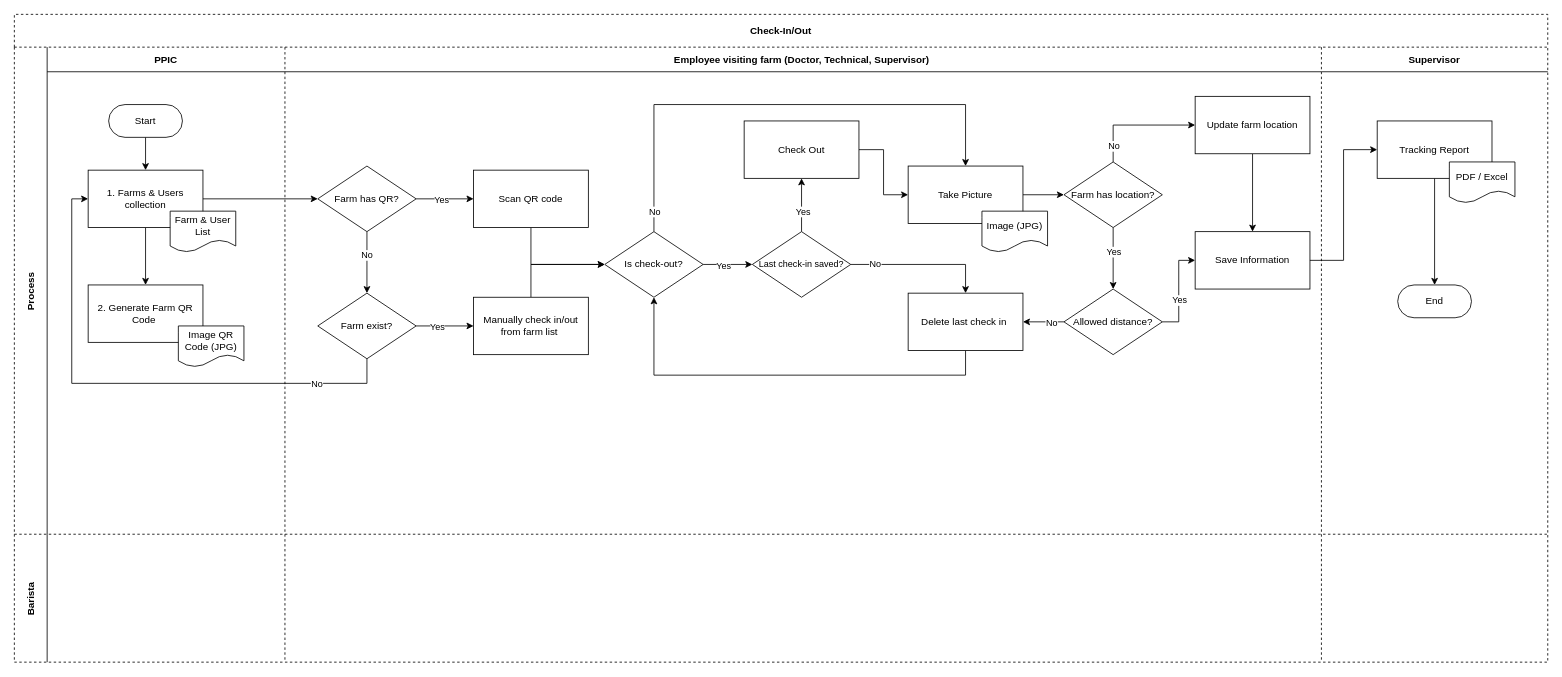
The draw.io diagram swinegps.drawio in kieunam123/expo-project, before the edit. Source tidied: cells renumbered, new cells numbered last; positions are measured from the earlier drawing's top-left corner, leaving out a move shared by most shapes. Both pictures are drawn from the tidied source at 82%, with x=0, y=0 at pixel (14, 14).
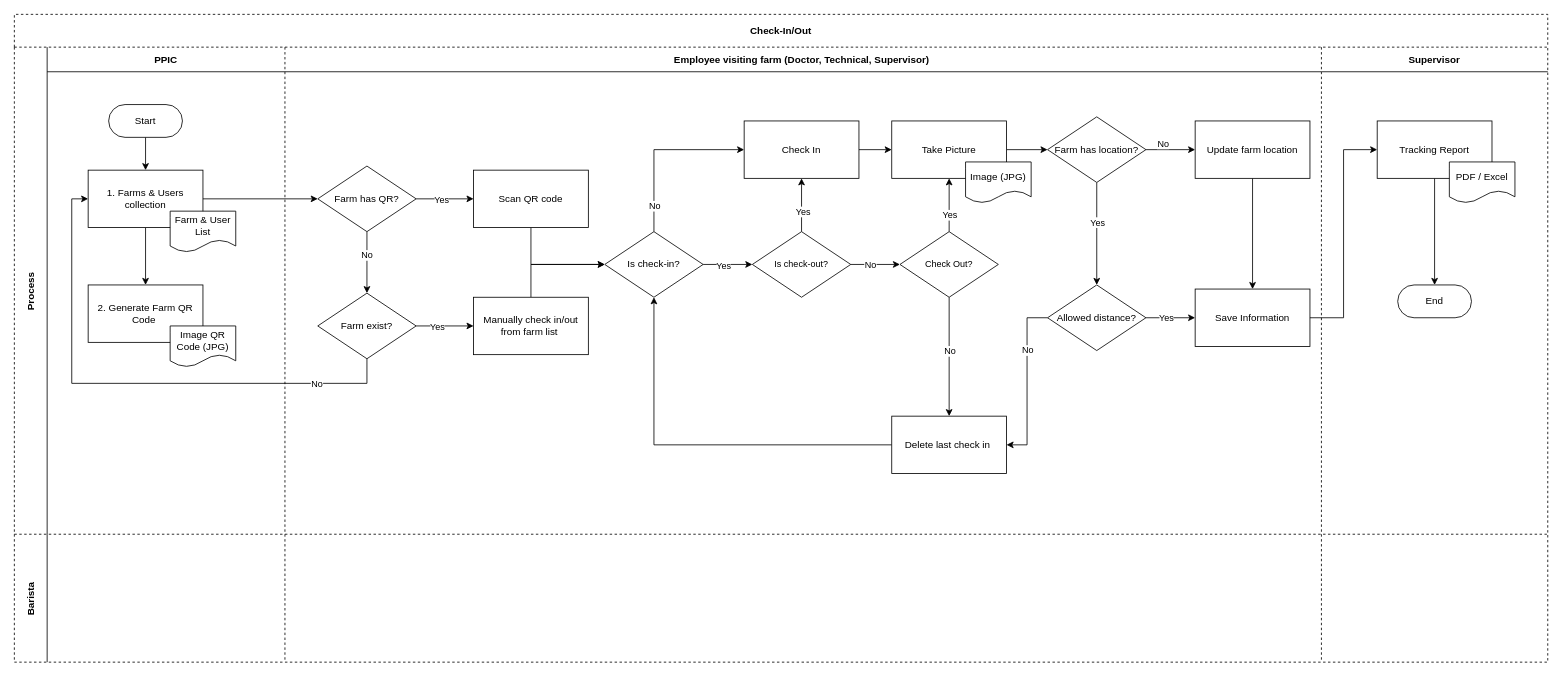
The same page after the edit.

The change refers to these unchanged cells:
```xml
<mxCell id="4" value="PPIC" style="swimlane;swimlaneHead=0;swimlaneBody=0;fillColor=none;startSize=30;fontStyle=1;swimlaneLine=1;" parent="3" vertex="1">
  <mxGeometry x="40" width="290" height="594" as="geometry" />
</mxCell>
<mxCell id="12" value="Employee visiting farm (Doctor, Technical, Supervisor) " style="swimlane;swimlaneHead=0;swimlaneBody=0;fillColor=none;startSize=30;fontStyle=1;swimlaneLine=1;" parent="3" vertex="1">
  <mxGeometry x="330" width="1264" height="594" as="geometry" />
</mxCell>
<mxCell id="33" style="edgeStyle=orthogonalEdgeStyle;rounded=0;jettySize=auto;html=1;entryX=0;entryY=0.5;entryDx=0;entryDy=0;fontSize=11;" parent="12" edge="1" source="35" target="53">
  <mxGeometry relative="1" as="geometry">
    <Array as="points">
      <mxPoint x="1010" y="95" />
    </Array>
  </mxGeometry>
</mxCell>
```

The edit, as a diff of the source:
```diff
@@
     <mxCell id="11" value="Image QR Code (JPG)" style="shape=document;whiteSpace=wrap;html=1;boundedLbl=1;" parent="4" vertex="1">
-      <mxGeometry x="160" y="340" width="80" height="50" as="geometry" />
+      <mxGeometry x="150" y="340" width="80" height="50" as="geometry" />
     </mxCell>
@@
-    <mxCell id="15" style="edgeStyle=orthogonalEdgeStyle;rounded=0;jettySize=auto;html=1;entryX=0.5;entryY=0;entryDx=0;entryDy=0;fontSize=11;" parent="12" edge="1" source="17" target="21">
+    <mxCell id="15" style="edgeStyle=orthogonalEdgeStyle;rounded=0;jettySize=auto;html=1;fontSize=11;entryX=0;entryY=0.5;entryDx=0;entryDy=0;" parent="12" edge="1" source="17" target="44">
       <mxGeometry relative="1" as="geometry">
         <Array as="points">
-          <mxPoint x="450" y="70" />
-          <mxPoint x="830" y="70" />
+          <mxPoint x="450" y="125" />
         </Array>
       </mxGeometry>
     </mxCell>
-    <mxCell id="16" value="No" style="edgeLabel;html=1;align=center;verticalAlign=middle;fontSize=11;" parent="15" vertex="1">
-      <mxGeometry x="-0.88" y="2" relative="1" as="geometry">
-        <mxPoint x="2" y="12" as="offset" />
-      </mxGeometry>
-    </mxCell>
+    <mxCell id="68" value="No" style="edgeLabel;html=1;align=center;verticalAlign=middle;" parent="15" vertex="1">
+      <mxGeometry x="-0.7" relative="1" as="geometry" />
+    </mxCell>
-    <mxCell id="17" value="Is check-out?" style="rhombus;whiteSpace=wrap;html=1;labelBorderColor=none;sketch=0;strokeWidth=1;" parent="12" vertex="1">
+    <mxCell id="17" value="Is check-in?" style="rhombus;whiteSpace=wrap;html=1;labelBorderColor=none;sketch=0;strokeWidth=1;" parent="12" vertex="1">
       <mxGeometry x="390" y="225" width="120" height="80" as="geometry" />
     </mxCell>
@@
     <mxCell id="21" value="Take Picture" style="rounded=0;whiteSpace=wrap;html=1;" parent="12" vertex="1">
-      <mxGeometry x="760" y="145" width="140" height="70" as="geometry" />
+      <mxGeometry x="740" y="90" width="140" height="70" as="geometry" />
     </mxCell>
@@
     <mxCell id="29" value="Allowed distance?" style="rhombus;whiteSpace=wrap;html=1;labelBorderColor=none;sketch=0;strokeWidth=1;" parent="12" vertex="1">
-      <mxGeometry x="950" y="295" width="120" height="80" as="geometry" />
+      <mxGeometry x="930" y="290" width="120" height="80" as="geometry" />
     </mxCell>
     <mxCell id="30" value="Save Information" style="rounded=0;whiteSpace=wrap;html=1;" parent="12" vertex="1">
-      <mxGeometry x="1110" y="225" width="140" height="70" as="geometry" />
+      <mxGeometry x="1110" y="295" width="140" height="70" as="geometry" />
     </mxCell>
@@
     <mxCell id="34" value="No" style="edgeLabel;html=1;align=center;verticalAlign=middle;fontSize=11;" parent="33" vertex="1">
       <mxGeometry x="-0.81" y="2" relative="1" as="geometry">
-        <mxPoint x="2" y="-6" as="offset" />
+        <mxPoint x="14" y="-6" as="offset" />
       </mxGeometry>
     </mxCell>
     <mxCell id="35" value="Farm has location?" style="rhombus;whiteSpace=wrap;html=1;labelBorderColor=none;sketch=0;strokeWidth=1;" parent="12" vertex="1">
-      <mxGeometry x="950" y="140" width="120" height="80" as="geometry" />
+      <mxGeometry x="930" y="85" width="120" height="80" as="geometry" />
     </mxCell>
@@
-    <mxCell id="44" value="Check Out" style="rounded=0;whiteSpace=wrap;html=1;" parent="12" vertex="1">
+    <mxCell id="44" value="Check In" style="rounded=0;whiteSpace=wrap;html=1;" parent="12" vertex="1">
       <mxGeometry x="560" y="90" width="140" height="70" as="geometry" />
     </mxCell>
-    <mxCell id="45" style="edgeStyle=orthogonalEdgeStyle;rounded=0;jettySize=auto;html=1;entryX=0.5;entryY=1;entryDx=0;entryDy=0;fontSize=11;" parent="12" edge="1" source="46" target="17">
-      <mxGeometry relative="1" as="geometry">
-        <Array as="points">
-          <mxPoint x="830" y="400" />
-          <mxPoint x="450" y="400" />
-        </Array>
-      </mxGeometry>
+    <mxCell id="45" style="edgeStyle=orthogonalEdgeStyle;rounded=0;jettySize=auto;html=1;entryX=0.5;entryY=1;entryDx=0;entryDy=0;" parent="12" edge="1" source="46" target="17">
+      <mxGeometry relative="1" as="geometry" />
     </mxCell>
     <mxCell id="46" value="Delete last check in&amp;nbsp;" style="rounded=0;whiteSpace=wrap;html=1;" parent="12" vertex="1">
-      <mxGeometry x="760" y="300" width="140" height="70" as="geometry" />
+      <mxGeometry x="740" y="450" width="140" height="70" as="geometry" />
     </mxCell>
@@
-    <mxCell id="49" style="edgeStyle=orthogonalEdgeStyle;rounded=0;jettySize=auto;html=1;entryX=0.5;entryY=0;entryDx=0;entryDy=0;fontSize=11;" parent="12" edge="1" source="51" target="46">
-      <mxGeometry relative="1" as="geometry" />
-    </mxCell>
-    <mxCell id="50" value="No" style="edgeLabel;html=1;align=center;verticalAlign=middle;fontSize=11;" parent="49" vertex="1">
-      <mxGeometry x="-0.67" y="1" relative="1" as="geometry" />
-    </mxCell>
+    <mxCell id="69" style="edgeStyle=orthogonalEdgeStyle;rounded=0;jettySize=auto;html=1;entryX=0;entryY=0.5;entryDx=0;entryDy=0;" parent="12" edge="1" source="51" target="75">
+      <mxGeometry relative="1" as="geometry" />
+    </mxCell>
+    <mxCell id="70" value="No" style="edgeLabel;html=1;align=center;verticalAlign=middle;" parent="69" vertex="1">
+      <mxGeometry x="-0.25" relative="1" as="geometry" />
+    </mxCell>
-    <mxCell id="51" value="&lt;font style=&quot;font-size: 11px;&quot;&gt;Last check-in saved?&lt;/font&gt;" style="rhombus;whiteSpace=wrap;html=1;labelBorderColor=none;sketch=0;strokeWidth=1;" parent="12" vertex="1">
+    <mxCell id="51" value="&lt;span style=&quot;font-size: 11px;&quot;&gt;Is check-out?&lt;/span&gt;" style="rhombus;whiteSpace=wrap;html=1;labelBorderColor=none;sketch=0;strokeWidth=1;" parent="12" vertex="1">
       <mxGeometry x="570" y="225" width="120" height="80" as="geometry" />
     </mxCell>
@@
     <mxCell id="53" value="Update farm location" style="rounded=0;whiteSpace=wrap;html=1;" parent="12" vertex="1">
-      <mxGeometry x="1110" y="60" width="140" height="70" as="geometry" />
+      <mxGeometry x="1110" y="90" width="140" height="70" as="geometry" />
     </mxCell>
     <mxCell id="54" value="Image (JPG)" style="shape=document;whiteSpace=wrap;html=1;boundedLbl=1;" parent="12" vertex="1">
-      <mxGeometry x="850" y="200" width="80" height="50" as="geometry" />
+      <mxGeometry x="830" y="140" width="80" height="50" as="geometry" />
     </mxCell>
+    <mxCell id="71" style="edgeStyle=orthogonalEdgeStyle;rounded=0;jettySize=auto;html=1;entryX=0.5;entryY=1;entryDx=0;entryDy=0;" parent="12" edge="1" source="75" target="21">
+      <mxGeometry relative="1" as="geometry" />
+    </mxCell>
+    <mxCell id="72" value="Yes" style="edgeLabel;html=1;align=center;verticalAlign=middle;" parent="71" vertex="1">
+      <mxGeometry x="0.25" y="-1" relative="1" as="geometry">
+        <mxPoint x="-1" y="20" as="offset" />
+      </mxGeometry>
+    </mxCell>
+    <mxCell id="73" style="edgeStyle=orthogonalEdgeStyle;rounded=0;jettySize=auto;html=1;entryX=0.5;entryY=0;entryDx=0;entryDy=0;" parent="12" edge="1" source="75" target="46">
+      <mxGeometry relative="1" as="geometry" />
+    </mxCell>
+    <mxCell id="74" value="No" style="edgeLabel;html=1;align=center;verticalAlign=middle;" parent="73" vertex="1">
+      <mxGeometry x="-0.68" relative="1" as="geometry">
+        <mxPoint y="42" as="offset" />
+      </mxGeometry>
+    </mxCell>
+    <mxCell id="75" value="&lt;span style=&quot;font-size: 11px;&quot;&gt;Check Out?&lt;/span&gt;" style="rhombus;whiteSpace=wrap;html=1;labelBorderColor=none;sketch=0;strokeWidth=1;" parent="12" vertex="1">
+      <mxGeometry x="750" y="225" width="120" height="80" as="geometry" />
+    </mxCell>
```
